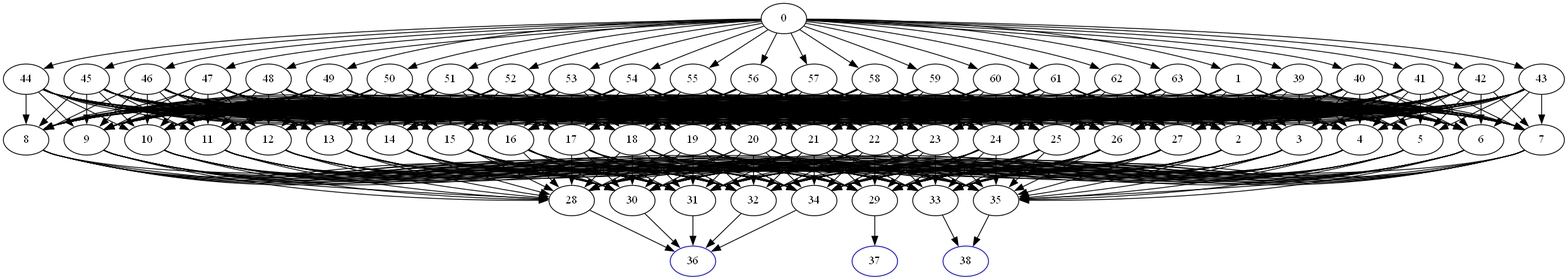
Before: DomainPicture/p4-ebbnxzej3iq7a-5qpa3kh33k7umpui-if-v6exp3-v4.metric.gstatic.comdirected_graph.png, a diagram exported from Graphviz (Asikl/MazeMapper). Its source is kept beside it as DomainPicture/p4-ebbnxzej3iq7a-5qpa3kh33k7umpui-if-v6exp3-v4.metric.gstatic.comdirected_graph.dot.
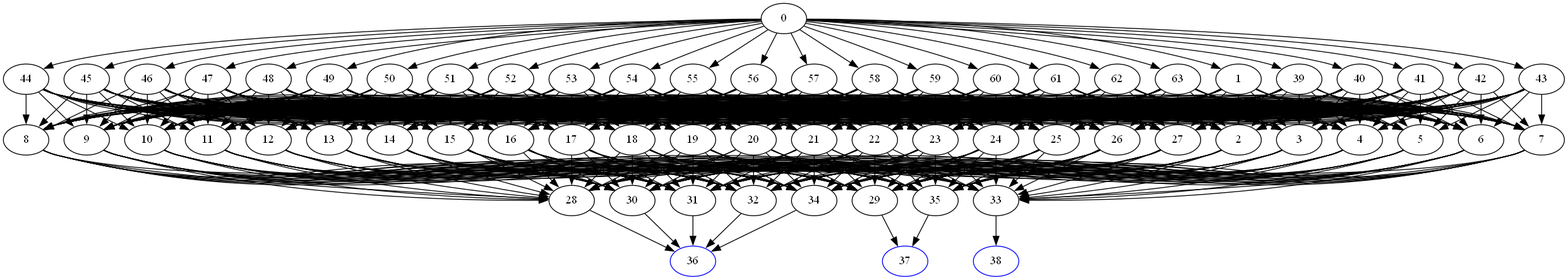
After the commit.

What changed in the source:
```diff
@@ -273,8 +273,8 @@
 38 [color=blue];
 	34 -> "36";
 36 [color=blue];
-	35 -> "38";
-38 [color=blue];
+	35 -> "37";
+37 [color=blue];
 	39 -> 2;
 	39 -> 3;
 	39 -> 4;
```
